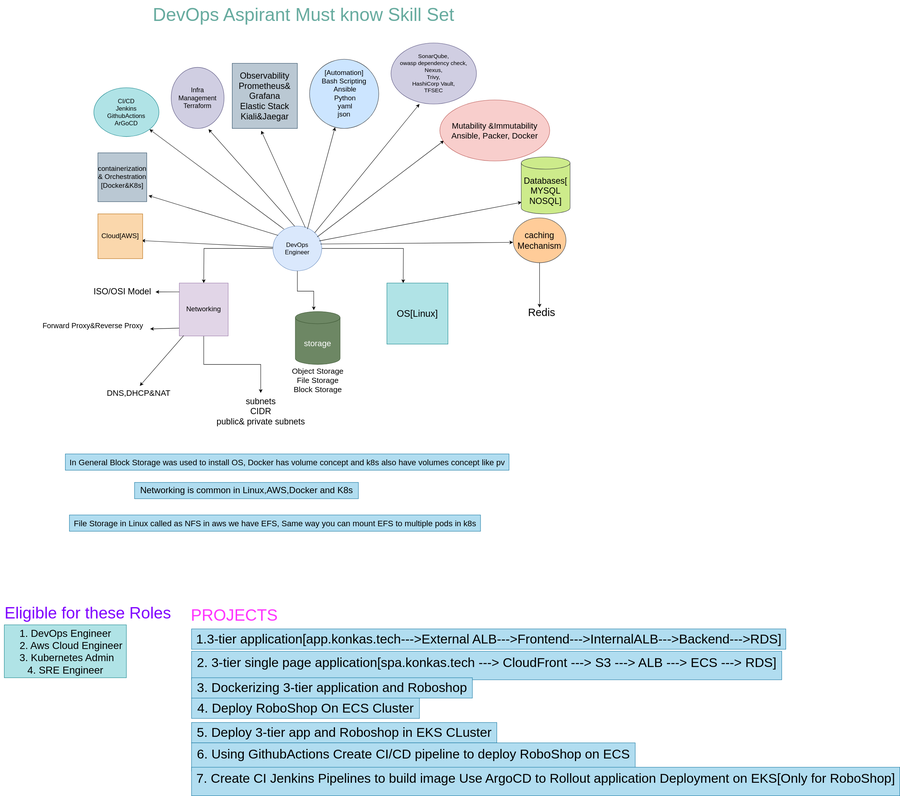
This is devops-requirments.drawio.svg from ullagallu123/svg, a draw.io export, as it was before one commit. Source tidied: cells renumbered, new cells last; positions are measured from the earlier drawing's top-left corner, leaving out a move shared by most shapes.
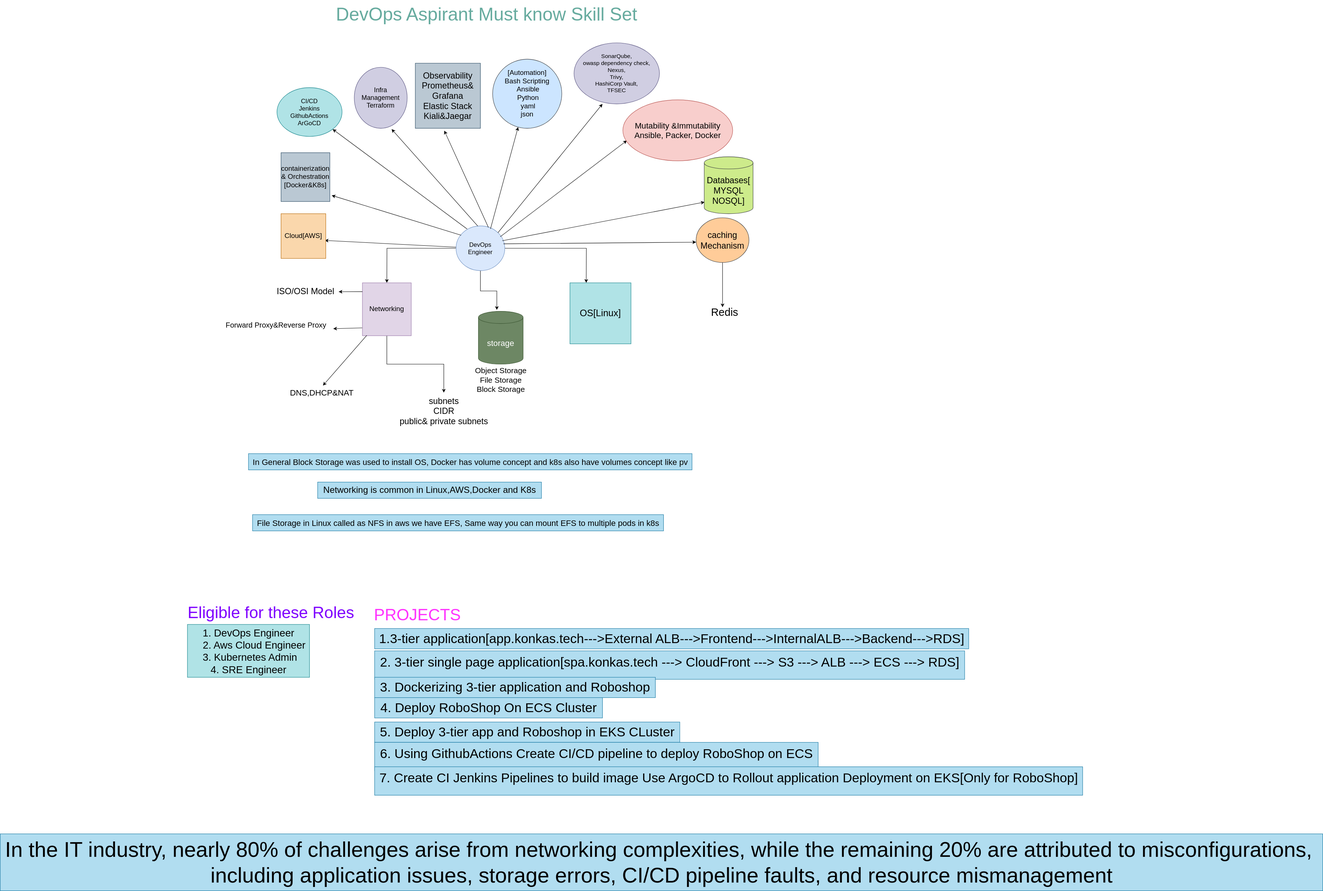
Above is the later version.

The edit, as a diff of the source:
```diff
@@ -170,5 +170,8 @@
     <mxCell id="53" value="&lt;div&gt;&lt;span style=&quot;font-size: 32px;&quot;&gt;7. Create CI Jenkins Pipelines to build image Use ArgoCD to Rollout application Deployment on EKS[Only for RoboShop]&lt;/span&gt;&lt;/div&gt;&lt;div&gt;&lt;br&gt;&lt;/div&gt;" style="text;html=1;align=center;verticalAlign=middle;strokeColor=#10739e;fillColor=#b1ddf0;" parent="1" vertex="1">
       <mxGeometry x="470" y="1885" width="1740" height="70" as="geometry" />
     </mxCell>
+    <mxCell id="54" value="&lt;font style=&quot;font-size: 52px;&quot;&gt;In the IT industry, nearly 80% of challenges arise from networking complexities, while the remaining 20% are attributed to misconfigurations,&amp;nbsp;&lt;/font&gt;&lt;div&gt;&lt;font style=&quot;font-size: 52px;&quot;&gt;including application issues, storage errors, CI/CD pipeline faults, and resource mismanagement&lt;/font&gt;&lt;/div&gt;" style="text;html=1;align=center;verticalAlign=middle;strokeColor=#10739e;fillColor=#b1ddf0;" parent="1" vertex="1">
+      <mxGeometry x="-450" y="2050" width="3250" height="140" as="geometry" />
+    </mxCell>
   </root>
 </mxGraphModel>
```
